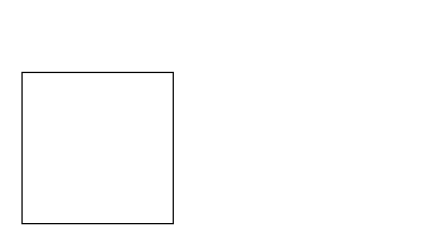
Above: PLC工装.drawio in elemiles/meter (draw.io), before the change. Source tidied: cells renumbered, new cells numbered last; positions are measured from the earlier drawing's top-left corner, leaving out a move shared by most shapes. Both pictures are drawn from the tidied source at 126%, with x=0, y=0 at pixel (21, 72).
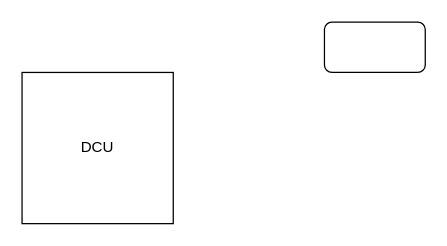
After the change.

Change to the diagram source:
```diff
@@
 <mxGraphModel>
   <root>
     <mxCell id="0" />
     <mxCell id="1" parent="0" />
-    <mxCell id="2" style="whiteSpace=wrap;html=1;" parent="1" vertex="1">
+    <mxCell id="2" value="DCU" style="whiteSpace=wrap;html=1;" parent="1" vertex="1">
       <mxGeometry width="120" height="120" as="geometry" />
     </mxCell>
+    <mxCell id="3" style="rounded=1;whiteSpace=wrap;html=1;" parent="1" vertex="1">
+      <mxGeometry x="240" y="-40" width="80" height="40" as="geometry" />
+    </mxCell>
   </root>
 </mxGraphModel>
```
